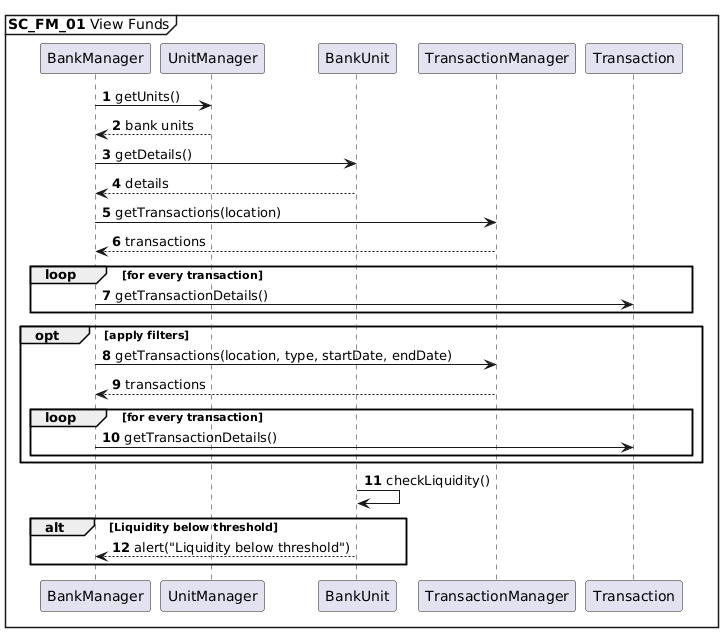
The PlantUML diagram diagrams/sequence-diagrams/SC_FM_01.png in Markl1T/bank-management-system, before a commit.
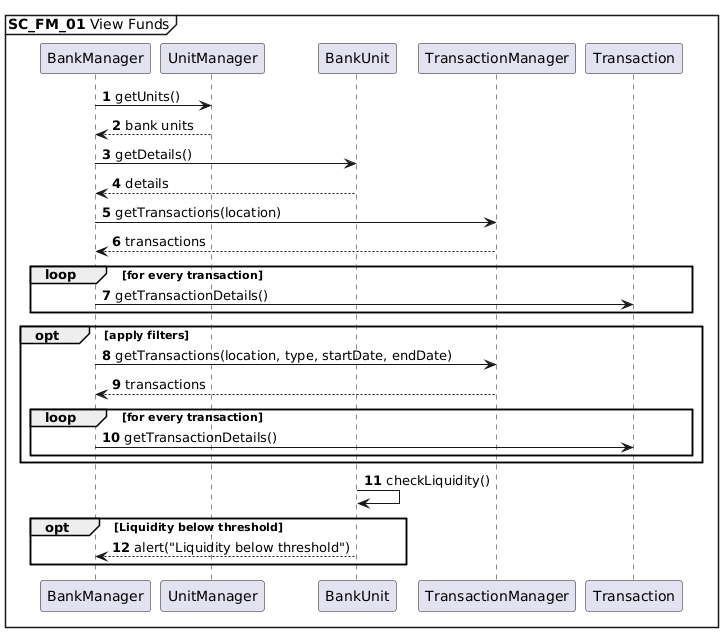
Later version of the same file.

Commit message:
update account management activity diagrams

The edit, as a diff of the source:
```diff
@@ -24,7 +24,7 @@
 end
 end
 BankUnit -> BankUnit : checkLiquidity()
-alt Liquidity below threshold
+opt Liquidity below threshold
     BankUnit --> BankManager : alert("Liquidity below threshold")
 end
 @enduml
```
